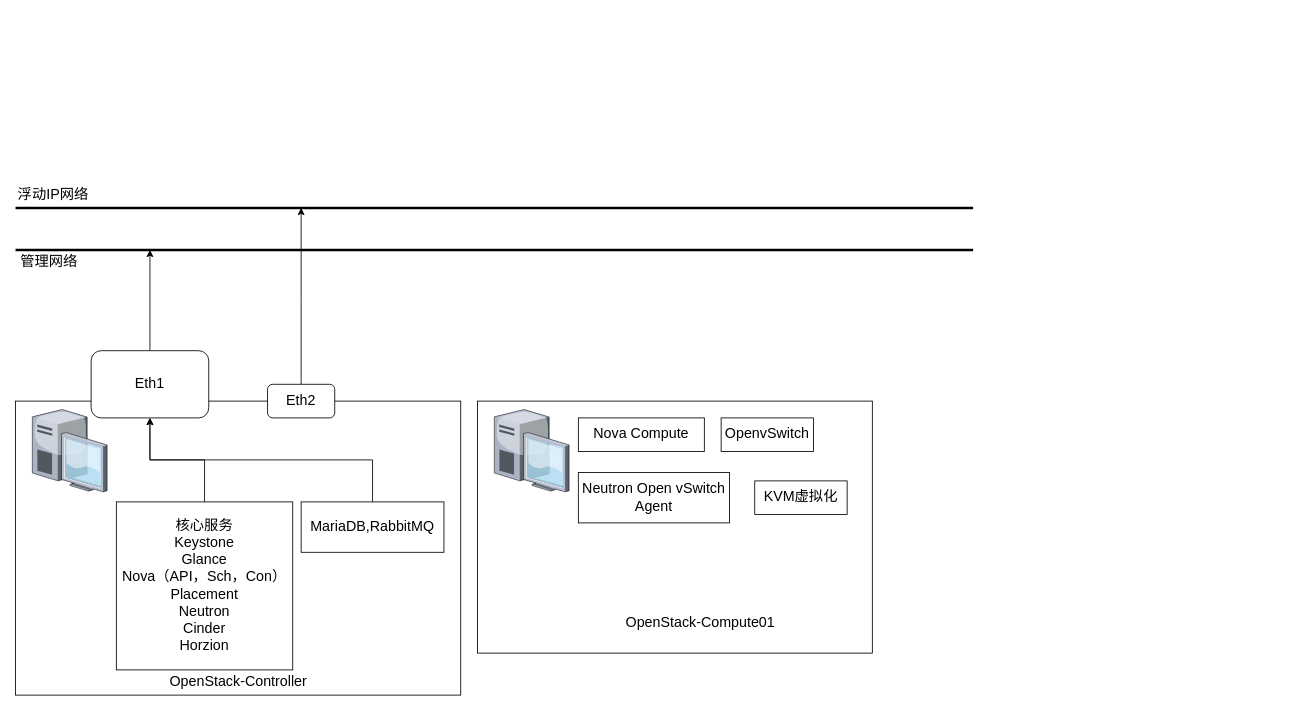
Earlier version of the draw.io diagram OpenStack部分结构.drawio (lrAltas/DrwaIO). Source tidied: cells renumbered, new cells numbered last; positions are measured from the earlier drawing's top-left corner, leaving out a move shared by most shapes. Both pictures are drawn from the tidied source at 84%, with x=0, y=0 at pixel (15, 182).
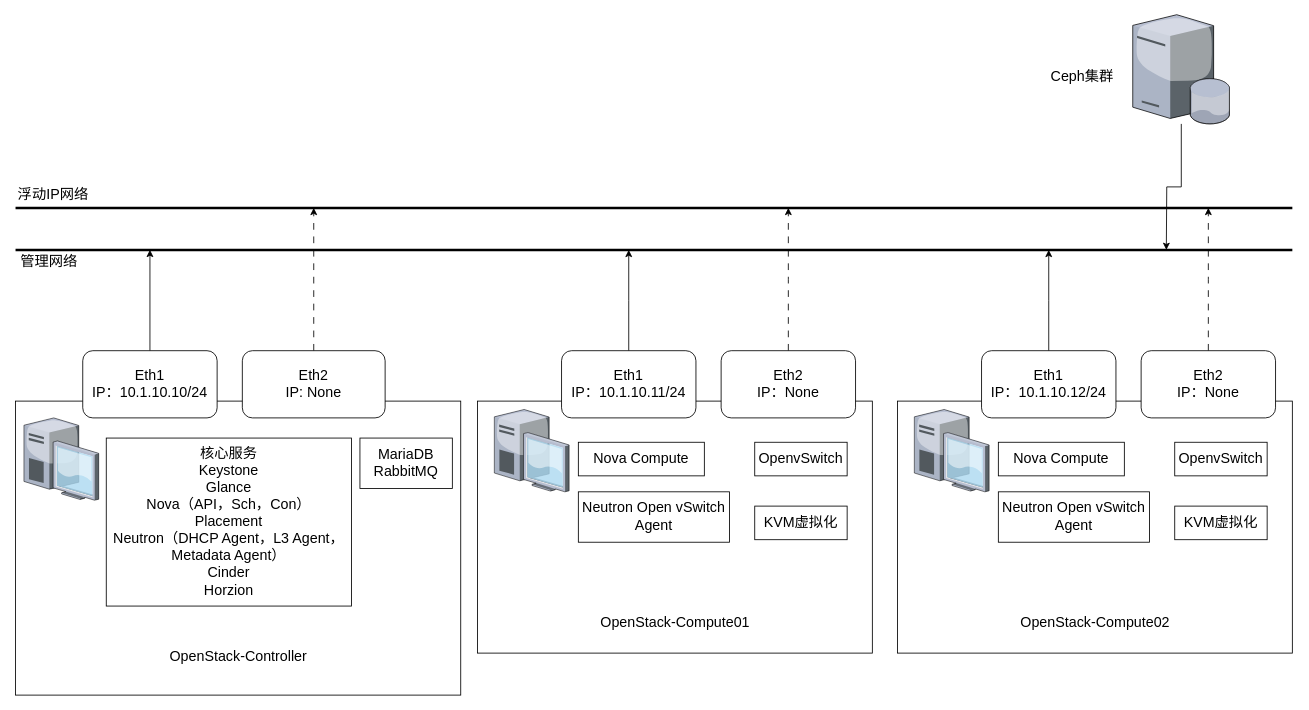
The same page after the edit.

Commit message:
更新OpenStack部分结构.drawio

Change to the diagram source:
```diff
@@
     <mxCell id="3" style="endArrow=none;html=1;rounded=0;strokeWidth=3;" parent="1" edge="1">
       <mxGeometry relative="1" as="geometry">
         <mxPoint y="30" as="sourcePoint" />
-        <mxPoint x="1140" y="30" as="targetPoint" />
+        <mxPoint x="1520" y="30" as="targetPoint" />
       </mxGeometry>
     </mxCell>
     <mxCell id="4" style="endArrow=none;html=1;rounded=0;strokeWidth=3;" parent="1" edge="1">
       <mxGeometry relative="1" as="geometry">
         <mxPoint y="80" as="sourcePoint" />
-        <mxPoint x="1140" y="80" as="targetPoint" />
+        <mxPoint x="1520" y="80" as="targetPoint" />
       </mxGeometry>
     </mxCell>
     <mxCell id="5" style="verticalLabelPosition=bottom;sketch=0;html=1;verticalAlign=top;strokeColor=none;align=center;shape=mxgraph.citrix.desktop;" parent="1" vertex="1">
-      <mxGeometry x="20" y="270" width="89" height="98" as="geometry" />
+      <mxGeometry x="10" y="280" width="89" height="98" as="geometry" />
     </mxCell>
-    <mxCell id="6" style="edgeStyle=orthogonalEdgeStyle;rounded=0;jettySize=auto;html=1;exitX=0.5;exitY=0;exitDx=0;exitDy=0;entryX=0.5;entryY=1;entryDx=0;entryDy=0;" parent="1" edge="1" source="7" target="19">
-      <mxGeometry relative="1" as="geometry" />
-    </mxCell>
-    <mxCell id="7" value="&lt;div&gt;核心服务&lt;/div&gt;&lt;div&gt;Keystone&lt;/div&gt;&lt;div&gt;Glance&lt;/div&gt;&lt;div&gt;Nova（API，Sch，Con）&lt;/div&gt;&lt;div&gt;Placement&lt;/div&gt;&lt;div&gt;Neutron&lt;/div&gt;&lt;div&gt;Cinder&lt;/div&gt;&lt;div&gt;Horzion&lt;/div&gt;" style="rounded=0;whiteSpace=wrap;html=1;fontSize=17;" parent="1" vertex="1">
-      <mxGeometry x="120" y="380" width="210" height="200" as="geometry" />
+    <mxCell id="7" value="&lt;div&gt;核心服务&lt;/div&gt;&lt;div&gt;Keystone&lt;/div&gt;&lt;div&gt;Glance&lt;/div&gt;&lt;div&gt;Nova（API，Sch，Con）&lt;/div&gt;&lt;div&gt;Placement&lt;/div&gt;&lt;div&gt;Neutron（DHCP Agent，L3 Agent，Metadata Agent）&lt;/div&gt;&lt;div&gt;Cinder&lt;/div&gt;&lt;div&gt;Horzion&lt;/div&gt;" style="rounded=0;whiteSpace=wrap;html=1;fontSize=17;" parent="1" vertex="1">
+      <mxGeometry x="108" y="304" width="292" height="200" as="geometry" />
     </mxCell>
-    <mxCell id="8" style="edgeStyle=orthogonalEdgeStyle;rounded=0;jettySize=auto;html=1;entryX=0.5;entryY=1;entryDx=0;entryDy=0;" parent="1" edge="1" source="9" target="19">
-      <mxGeometry relative="1" as="geometry">
-        <Array as="points">
-          <mxPoint x="425" y="330" />
-          <mxPoint x="160" y="330" />
-        </Array>
-      </mxGeometry>
-    </mxCell>
-    <mxCell id="9" value="MariaDB,RabbitMQ" style="whiteSpace=wrap;html=1;fontSize=17;" parent="1" vertex="1">
-      <mxGeometry x="340" y="380" width="170" height="60" as="geometry" />
+    <mxCell id="9" value="&lt;div&gt;MariaDB&lt;/div&gt;&lt;div&gt;RabbitMQ&lt;/div&gt;" style="whiteSpace=wrap;html=1;fontSize=17;" parent="1" vertex="1">
+      <mxGeometry x="410" y="304" width="110" height="60" as="geometry" />
     </mxCell>
     <mxCell id="10" value="&lt;div&gt;OpenStack-Controller&lt;/div&gt;" style="text;html=1;whiteSpace=wrap;strokeColor=none;fillColor=none;align=center;verticalAlign=middle;rounded=0;fontSize=17;" parent="1" vertex="1">
-      <mxGeometry x="167.5" y="580" width="195" height="30" as="geometry" />
+      <mxGeometry x="167.5" y="550" width="195" height="30" as="geometry" />
     </mxCell>
@@
     <mxCell id="15" value="&lt;div&gt;Nova Compute&lt;/div&gt;" style="rounded=0;whiteSpace=wrap;html=1;fontSize=17;" parent="1" vertex="1">
-      <mxGeometry x="670" y="280" width="150" height="40" as="geometry" />
+      <mxGeometry x="670" y="309" width="150" height="40" as="geometry" />
     </mxCell>
     <mxCell id="16" value="OpenvSwitch" style="whiteSpace=wrap;html=1;fontSize=17;" parent="1" vertex="1">
-      <mxGeometry x="840" y="280" width="110" height="40" as="geometry" />
+      <mxGeometry x="880" y="309" width="110" height="40" as="geometry" />
     </mxCell>
     <mxCell id="17" value="&lt;div&gt;OpenStack-Compute01&lt;/div&gt;" style="text;html=1;whiteSpace=wrap;strokeColor=none;fillColor=none;align=center;verticalAlign=middle;rounded=0;fontSize=17;" parent="1" vertex="1">
-      <mxGeometry x="717.5" y="510" width="195" height="30" as="geometry" />
+      <mxGeometry x="687.5" y="510" width="195" height="30" as="geometry" />
     </mxCell>
@@
-    <mxCell id="19" value="&lt;font style=&quot;font-size: 17px;&quot;&gt;Eth1&lt;/font&gt;" style="rounded=1;whiteSpace=wrap;html=1;" parent="1" vertex="1">
-      <mxGeometry x="90" y="200" width="140" height="80" as="geometry" />
+    <mxCell id="19" value="&lt;div&gt;&lt;font style=&quot;font-size: 17px;&quot;&gt;Eth1&lt;/font&gt;&lt;/div&gt;&lt;div&gt;&lt;font style=&quot;font-size: 17px;&quot;&gt;IP：10.1.10.10/24&lt;/font&gt;&lt;/div&gt;" style="rounded=1;whiteSpace=wrap;html=1;" parent="1" vertex="1">
+      <mxGeometry x="80" y="200" width="160" height="80" as="geometry" />
     </mxCell>
-    <mxCell id="20" style="edgeStyle=orthogonalEdgeStyle;rounded=0;jettySize=auto;html=1;" parent="1" edge="1" source="21">
+    <mxCell id="20" style="edgeStyle=orthogonalEdgeStyle;rounded=0;jettySize=auto;html=1;dashed=1;dashPattern=8 8;" parent="1" edge="1" source="21">
       <mxGeometry relative="1" as="geometry">
-        <mxPoint x="340" y="30" as="targetPoint" />
+        <mxPoint x="355" y="30" as="targetPoint" />
+        <Array as="points">
+          <mxPoint x="355" y="30" />
+        </Array>
       </mxGeometry>
     </mxCell>
-    <mxCell id="21" value="&lt;font style=&quot;font-size: 17px;&quot;&gt;Eth2&lt;/font&gt;" style="rounded=1;whiteSpace=wrap;html=1;" parent="1" vertex="1">
-      <mxGeometry x="300" y="240" width="80" height="40" as="geometry" />
+    <mxCell id="21" value="&lt;div&gt;&lt;font style=&quot;font-size: 17px;&quot;&gt;Eth2&lt;/font&gt;&lt;/div&gt;&lt;div&gt;&lt;font style=&quot;font-size: 17px;&quot;&gt;IP: None&lt;/font&gt;&lt;/div&gt;" style="rounded=1;whiteSpace=wrap;html=1;" parent="1" vertex="1">
+      <mxGeometry x="270" y="200" width="170" height="80" as="geometry" />
     </mxCell>
     <mxCell id="22" value="&lt;font style=&quot;font-size: 17px;&quot;&gt;Neutron Open vSwitch Agent&lt;/font&gt;" style="rounded=0;whiteSpace=wrap;html=1;" parent="1" vertex="1">
-      <mxGeometry x="670" y="345" width="180" height="60" as="geometry" />
+      <mxGeometry x="670" y="368" width="180" height="60" as="geometry" />
     </mxCell>
     <mxCell id="23" value="KVM虚拟化" style="whiteSpace=wrap;html=1;fontSize=17;" parent="1" vertex="1">
-      <mxGeometry x="880" y="355" width="110" height="40" as="geometry" />
+      <mxGeometry x="880" y="385" width="110" height="40" as="geometry" />
     </mxCell>
+    <mxCell id="24" style="edgeStyle=orthogonalEdgeStyle;rounded=0;jettySize=auto;html=1;" parent="1" edge="1" source="25">
+      <mxGeometry relative="1" as="geometry">
+        <mxPoint x="730" y="80" as="targetPoint" />
+      </mxGeometry>
+    </mxCell>
+    <mxCell id="25" value="&lt;div&gt;&lt;font style=&quot;font-size: 17px;&quot;&gt;Eth1&lt;/font&gt;&lt;/div&gt;&lt;div&gt;&lt;font style=&quot;font-size: 17px;&quot;&gt;IP：10.1.10.11/24&lt;/font&gt;&lt;/div&gt;" style="rounded=1;whiteSpace=wrap;html=1;" parent="1" vertex="1">
+      <mxGeometry x="650" y="200" width="160" height="80" as="geometry" />
+    </mxCell>
+    <mxCell id="26" style="edgeStyle=orthogonalEdgeStyle;rounded=0;jettySize=auto;html=1;dashed=1;dashPattern=8 8;" parent="1" edge="1" source="27">
+      <mxGeometry relative="1" as="geometry">
+        <mxPoint x="920" y="30" as="targetPoint" />
+      </mxGeometry>
+    </mxCell>
+    <mxCell id="27" value="&lt;div&gt;&lt;font style=&quot;font-size: 17px;&quot;&gt;Eth2&lt;/font&gt;&lt;/div&gt;&lt;div&gt;&lt;font style=&quot;font-size: 17px;&quot;&gt;IP：None&lt;/font&gt;&lt;/div&gt;" style="rounded=1;whiteSpace=wrap;html=1;" parent="1" vertex="1">
+      <mxGeometry x="840" y="200" width="160" height="80" as="geometry" />
+    </mxCell>
+    <mxCell id="28" style="rounded=0;whiteSpace=wrap;html=1;" parent="1" vertex="1">
+      <mxGeometry x="1050" y="260" width="470" height="300" as="geometry" />
+    </mxCell>
+    <mxCell id="29" style="verticalLabelPosition=bottom;sketch=0;html=1;verticalAlign=top;strokeColor=none;align=center;shape=mxgraph.citrix.desktop;" parent="1" vertex="1">
+      <mxGeometry x="1070" y="270" width="89" height="98" as="geometry" />
+    </mxCell>
+    <mxCell id="30" value="&lt;div&gt;Nova Compute&lt;/div&gt;" style="rounded=0;whiteSpace=wrap;html=1;fontSize=17;" parent="1" vertex="1">
+      <mxGeometry x="1170" y="309" width="150" height="40" as="geometry" />
+    </mxCell>
+    <mxCell id="31" value="OpenvSwitch" style="whiteSpace=wrap;html=1;fontSize=17;" parent="1" vertex="1">
+      <mxGeometry x="1380" y="309" width="110" height="40" as="geometry" />
+    </mxCell>
+    <mxCell id="32" value="&lt;div&gt;OpenStack-Compute02&lt;/div&gt;" style="text;html=1;whiteSpace=wrap;strokeColor=none;fillColor=none;align=center;verticalAlign=middle;rounded=0;fontSize=17;" parent="1" vertex="1">
+      <mxGeometry x="1187.5" y="510" width="195" height="30" as="geometry" />
+    </mxCell>
+    <mxCell id="33" value="&lt;font style=&quot;font-size: 17px;&quot;&gt;Neutron Open vSwitch Agent&lt;/font&gt;" style="rounded=0;whiteSpace=wrap;html=1;" parent="1" vertex="1">
+      <mxGeometry x="1170" y="368" width="180" height="60" as="geometry" />
+    </mxCell>
+    <mxCell id="34" value="KVM虚拟化" style="whiteSpace=wrap;html=1;fontSize=17;" parent="1" vertex="1">
+      <mxGeometry x="1380" y="385" width="110" height="40" as="geometry" />
+    </mxCell>
+    <mxCell id="35" style="edgeStyle=orthogonalEdgeStyle;rounded=0;jettySize=auto;html=1;" parent="1" edge="1" source="36">
+      <mxGeometry relative="1" as="geometry">
+        <mxPoint x="1230" y="80" as="targetPoint" />
+      </mxGeometry>
+    </mxCell>
+    <mxCell id="36" value="&lt;div&gt;&lt;font style=&quot;font-size: 17px;&quot;&gt;Eth1&lt;/font&gt;&lt;/div&gt;&lt;div&gt;&lt;font style=&quot;font-size: 17px;&quot;&gt;IP：10.1.10.12/24&lt;/font&gt;&lt;/div&gt;" style="rounded=1;whiteSpace=wrap;html=1;" parent="1" vertex="1">
+      <mxGeometry x="1150" y="200" width="160" height="80" as="geometry" />
+    </mxCell>
+    <mxCell id="37" style="edgeStyle=orthogonalEdgeStyle;rounded=0;jettySize=auto;html=1;dashed=1;dashPattern=8 8;" parent="1" edge="1" source="38">
+      <mxGeometry relative="1" as="geometry">
+        <mxPoint x="1420" y="30" as="targetPoint" />
+      </mxGeometry>
+    </mxCell>
+    <mxCell id="38" value="&lt;div&gt;&lt;font style=&quot;font-size: 17px;&quot;&gt;Eth2&lt;/font&gt;&lt;/div&gt;&lt;div&gt;&lt;font style=&quot;font-size: 17px;&quot;&gt;IP：None&lt;/font&gt;&lt;/div&gt;" style="rounded=1;whiteSpace=wrap;html=1;" parent="1" vertex="1">
+      <mxGeometry x="1340" y="200" width="160" height="80" as="geometry" />
+    </mxCell>
+    <mxCell id="39" style="edgeStyle=orthogonalEdgeStyle;rounded=0;jettySize=auto;html=1;" parent="1" edge="1" source="40">
+      <mxGeometry relative="1" as="geometry">
+        <mxPoint x="1370" y="80" as="targetPoint" />
+      </mxGeometry>
+    </mxCell>
+    <mxCell id="40" style="verticalLabelPosition=bottom;sketch=0;html=1;verticalAlign=top;strokeColor=none;align=center;outlineConnect=0;shape=mxgraph.citrix.database_server;" parent="1" vertex="1">
+      <mxGeometry x="1330" y="-200" width="115.6" height="130" as="geometry" />
+    </mxCell>
+    <mxCell id="41" value="&lt;font style=&quot;font-size: 17px;&quot;&gt;Ceph集群&lt;/font&gt;" style="text;html=1;whiteSpace=wrap;strokeColor=none;fillColor=none;align=center;verticalAlign=middle;rounded=0;" parent="1" vertex="1">
+      <mxGeometry x="1220" y="-140" width="100" height="30" as="geometry" />
+    </mxCell>
```
